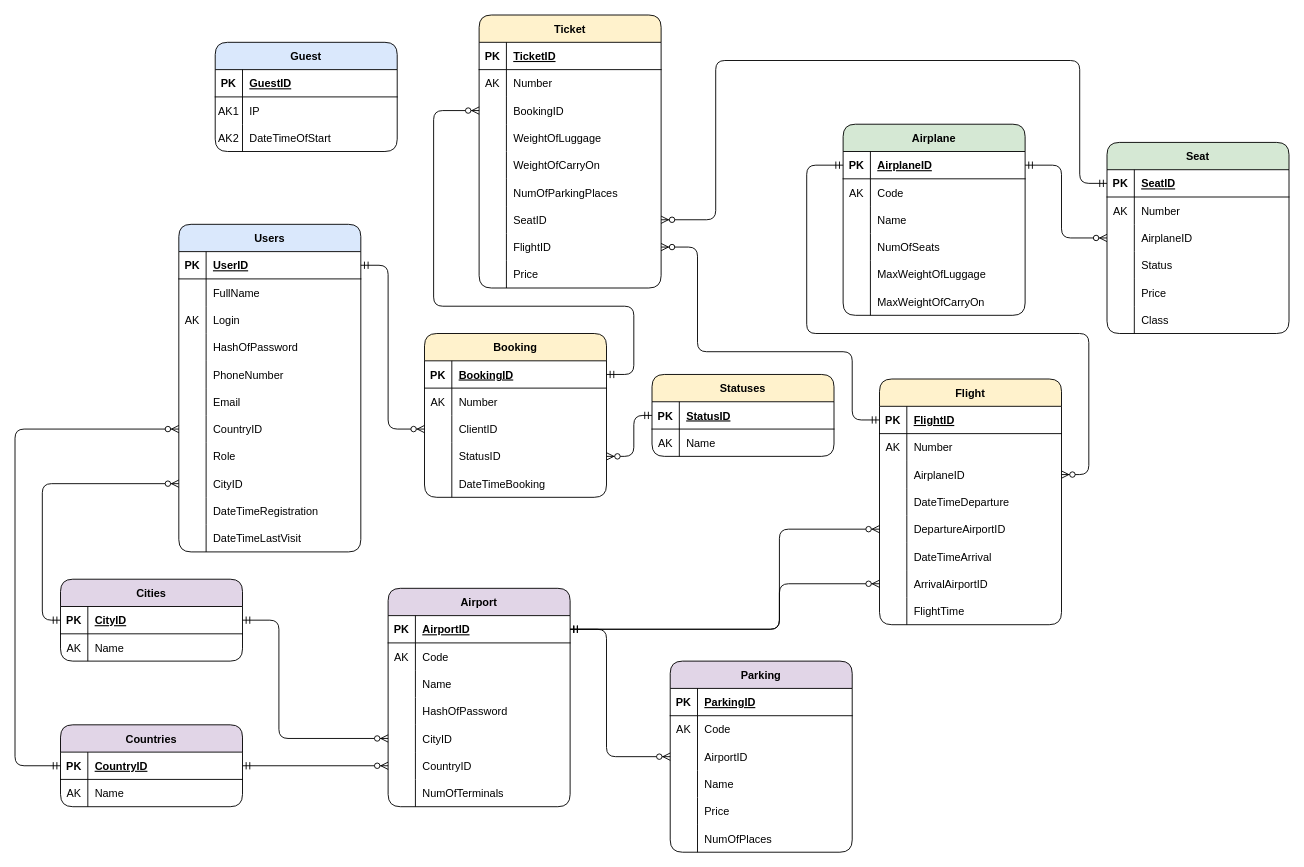
This is Design/Diagram/LogicalDiagram.drawio from Yurii404/AirplaneTicketSalesSystem, a draw.io file, before an edit. Source tidied: cells renumbered, new cells numbered last; positions are measured from the earlier drawing's top-left corner, leaving out a move shared by most shapes. Both pictures are drawn from the tidied source at 91%, with x=0, y=0 at pixel (15, 15).
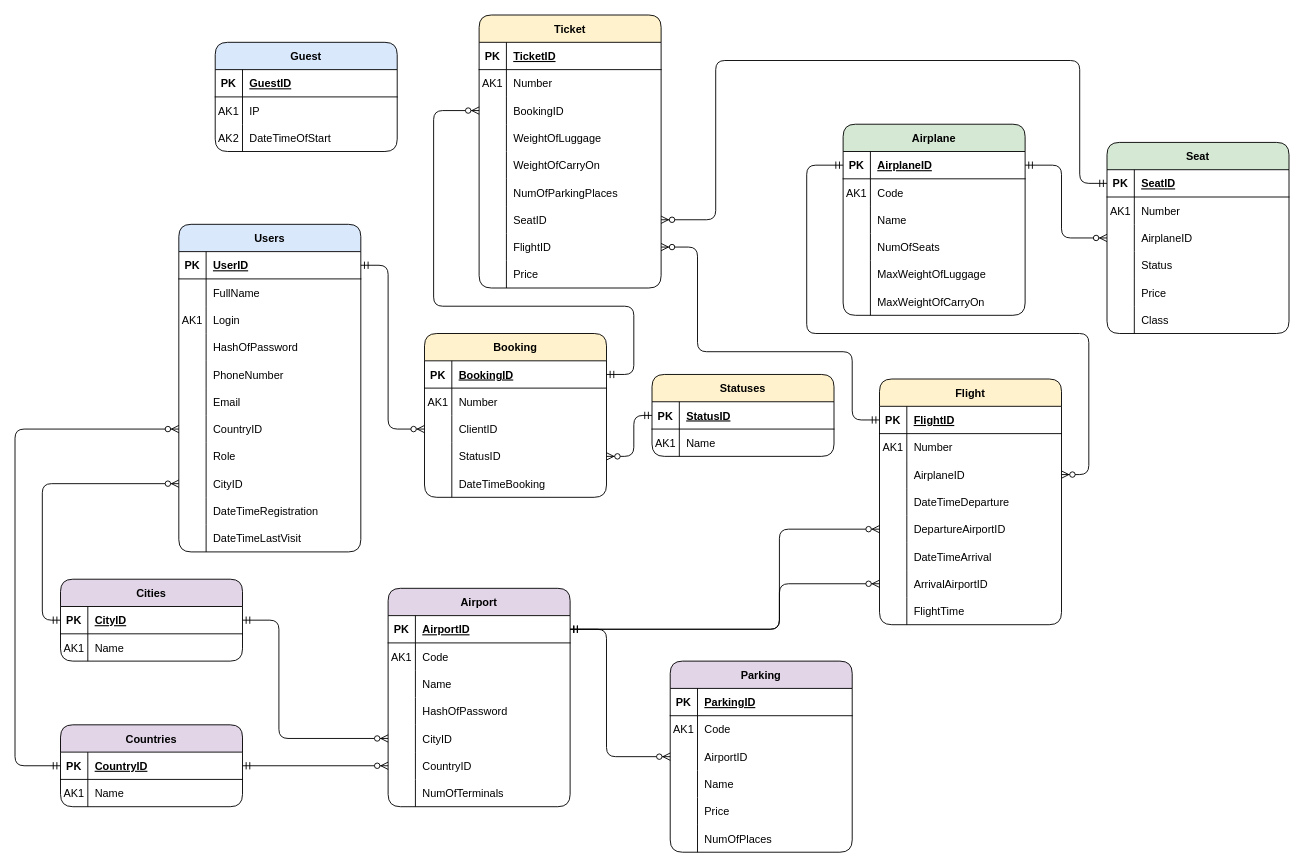
After the change.

The change refers to these unchanged cells:
```xml
<mxCell id="9" style="shape=tableRow;horizontal=0;startSize=0;swimlaneHead=0;swimlaneBody=0;fillColor=none;top=0;left=0;right=0;bottom=0;rounded=1;" parent="2" vertex="1">
  <mxGeometry y="90" width="200" height="30" as="geometry" />
</mxCell>
<mxCell id="52" style="shape=tableRow;horizontal=0;startSize=0;swimlaneHead=0;swimlaneBody=0;fillColor=none;top=0;left=0;right=0;bottom=0;rounded=1;" parent="48" vertex="1">
  <mxGeometry y="60" width="200" height="30" as="geometry" />
</mxCell>
<mxCell id="74" style="shape=tableRow;horizontal=0;startSize=0;swimlaneHead=0;swimlaneBody=0;fillColor=none;top=0;left=0;right=0;bottom=0;rounded=1;" parent="70" vertex="1">
  <mxGeometry y="60" width="200" height="30" as="geometry" />
</mxCell>
<mxCell id="93" style="shape=tableRow;horizontal=0;startSize=0;swimlaneHead=0;swimlaneBody=0;fillColor=none;top=0;left=0;right=0;bottom=0;rounded=1;" parent="89" vertex="1">
  <mxGeometry y="60" width="200" height="30" as="geometry" />
</mxCell>
<mxCell id="112" style="shape=tableRow;horizontal=0;startSize=0;swimlaneHead=0;swimlaneBody=0;fillColor=none;top=0;left=0;right=0;bottom=0;rounded=1;" parent="108" vertex="1">
  <mxGeometry y="60" width="200" height="30" as="geometry" />
</mxCell>
<mxCell id="131" style="shape=tableRow;horizontal=0;startSize=0;swimlaneHead=0;swimlaneBody=0;fillColor=none;top=0;left=0;right=0;bottom=0;rounded=1;" parent="127" vertex="1">
  <mxGeometry y="60" width="200" height="30" as="geometry" />
</mxCell>
<mxCell id="156" style="shape=tableRow;horizontal=0;startSize=0;swimlaneHead=0;swimlaneBody=0;fillColor=none;top=0;left=0;right=0;bottom=0;rounded=1;" parent="152" vertex="1">
  <mxGeometry y="60" width="200" height="30" as="geometry" />
</mxCell>
<mxCell id="184" style="shape=tableRow;horizontal=0;startSize=0;swimlaneHead=0;swimlaneBody=0;fillColor=none;top=0;left=0;right=0;bottom=0;rounded=1;" parent="180" vertex="1">
  <mxGeometry y="60" width="200" height="30" as="geometry" />
</mxCell>
<mxCell id="200" style="shape=tableRow;horizontal=0;startSize=0;swimlaneHead=0;swimlaneBody=0;fillColor=none;top=0;left=0;right=0;bottom=0;rounded=1;" parent="196" vertex="1">
  <mxGeometry y="60" width="200" height="30" as="geometry" />
</mxCell>
<mxCell id="207" style="shape=tableRow;horizontal=0;startSize=0;swimlaneHead=0;swimlaneBody=0;fillColor=none;top=0;left=0;right=0;bottom=0;rounded=1;" parent="203" vertex="1">
  <mxGeometry y="60" width="200" height="30" as="geometry" />
</mxCell>
<mxCell id="227" style="shape=tableRow;horizontal=0;startSize=0;swimlaneHead=0;swimlaneBody=0;fillColor=none;top=0;left=0;right=0;bottom=0;rounded=1;" parent="223" vertex="1">
  <mxGeometry y="60" width="200" height="30" as="geometry" />
</mxCell>
```

Diff of the diagram source:
```diff
@@
-    <mxCell id="10" value="AK" style="shape=partialRectangle;fillColor=none;top=0;left=0;bottom=0;right=0;overflow=hidden;rounded=1;" parent="9" vertex="1">
+    <mxCell id="10" value="AK1" style="shape=partialRectangle;fillColor=none;top=0;left=0;bottom=0;right=0;overflow=hidden;rounded=1;" parent="9" vertex="1">
       <mxGeometry width="30" height="30" as="geometry" />
     </mxCell>
@@
-    <mxCell id="53" value="AK" style="shape=partialRectangle;fillColor=none;top=0;left=0;bottom=0;right=0;overflow=hidden;rounded=1;" parent="52" vertex="1">
+    <mxCell id="53" value="AK1" style="shape=partialRectangle;fillColor=none;top=0;left=0;bottom=0;right=0;overflow=hidden;rounded=1;" parent="52" vertex="1">
       <mxGeometry width="30" height="30" as="geometry" />
     </mxCell>
@@
-    <mxCell id="75" value="AK" style="shape=partialRectangle;fillColor=none;top=0;left=0;bottom=0;right=0;overflow=hidden;rounded=1;" parent="74" vertex="1">
+    <mxCell id="75" value="AK1" style="shape=partialRectangle;fillColor=none;top=0;left=0;bottom=0;right=0;overflow=hidden;rounded=1;" parent="74" vertex="1">
       <mxGeometry width="30" height="30" as="geometry" />
     </mxCell>
@@
-    <mxCell id="94" value="AK" style="shape=partialRectangle;fillColor=none;top=0;left=0;bottom=0;right=0;overflow=hidden;rounded=1;" parent="93" vertex="1">
+    <mxCell id="94" value="AK1" style="shape=partialRectangle;fillColor=none;top=0;left=0;bottom=0;right=0;overflow=hidden;rounded=1;" parent="93" vertex="1">
       <mxGeometry width="30" height="30" as="geometry" />
     </mxCell>
@@
-    <mxCell id="113" value="AK" style="shape=partialRectangle;fillColor=none;top=0;left=0;bottom=0;right=0;overflow=hidden;rounded=1;" parent="112" vertex="1">
+    <mxCell id="113" value="AK1" style="shape=partialRectangle;fillColor=none;top=0;left=0;bottom=0;right=0;overflow=hidden;rounded=1;" parent="112" vertex="1">
       <mxGeometry width="30" height="30" as="geometry" />
     </mxCell>
@@
-    <mxCell id="132" value="AK" style="shape=partialRectangle;fillColor=none;top=0;left=0;bottom=0;right=0;overflow=hidden;rounded=1;" parent="131" vertex="1">
+    <mxCell id="132" value="AK1" style="shape=partialRectangle;fillColor=none;top=0;left=0;bottom=0;right=0;overflow=hidden;rounded=1;" parent="131" vertex="1">
       <mxGeometry width="30" height="30" as="geometry" />
     </mxCell>
@@
-    <mxCell id="157" value="AK" style="shape=partialRectangle;fillColor=none;top=0;left=0;bottom=0;right=0;overflow=hidden;rounded=1;" parent="156" vertex="1">
+    <mxCell id="157" value="AK1" style="shape=partialRectangle;fillColor=none;top=0;left=0;bottom=0;right=0;overflow=hidden;rounded=1;" parent="156" vertex="1">
       <mxGeometry width="30" height="30" as="geometry" />
     </mxCell>
@@
-    <mxCell id="185" value="AK" style="shape=partialRectangle;fillColor=none;top=0;left=0;bottom=0;right=0;overflow=hidden;rounded=1;" parent="184" vertex="1">
+    <mxCell id="185" value="AK1" style="shape=partialRectangle;fillColor=none;top=0;left=0;bottom=0;right=0;overflow=hidden;rounded=1;" parent="184" vertex="1">
       <mxGeometry width="30" height="30" as="geometry" />
     </mxCell>
@@
-    <mxCell id="201" value="AK" style="shape=partialRectangle;fillColor=none;top=0;left=0;bottom=0;right=0;overflow=hidden;rounded=1;" parent="200" vertex="1">
+    <mxCell id="201" value="AK1" style="shape=partialRectangle;fillColor=none;top=0;left=0;bottom=0;right=0;overflow=hidden;rounded=1;" parent="200" vertex="1">
       <mxGeometry width="30" height="30" as="geometry" />
     </mxCell>
@@
-    <mxCell id="208" value="AK" style="shape=partialRectangle;fillColor=none;top=0;left=0;bottom=0;right=0;overflow=hidden;rounded=1;" parent="207" vertex="1">
+    <mxCell id="208" value="AK1" style="shape=partialRectangle;fillColor=none;top=0;left=0;bottom=0;right=0;overflow=hidden;rounded=1;" parent="207" vertex="1">
       <mxGeometry width="30" height="30" as="geometry" />
     </mxCell>
@@
-    <mxCell id="228" value="AK" style="shape=partialRectangle;fillColor=none;top=0;left=0;bottom=0;right=0;overflow=hidden;rounded=1;" parent="227" vertex="1">
+    <mxCell id="228" value="AK1" style="shape=partialRectangle;fillColor=none;top=0;left=0;bottom=0;right=0;overflow=hidden;rounded=1;" parent="227" vertex="1">
       <mxGeometry width="30" height="30" as="geometry" />
     </mxCell>
```
